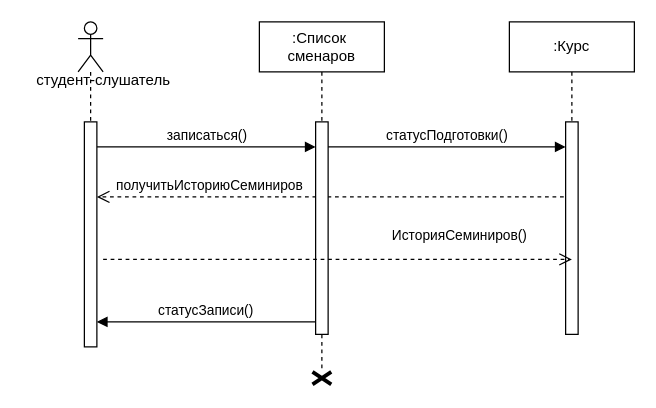
This is page "Page-1" (1 of 2) of Untitled Diagram.drawio from mati-tech/draw.io, a draw.io file, before an edit. Source tidied: cells renumbered, new cells numbered last; positions are measured from the earlier drawing's top-left corner, leaving out a move shared by most shapes. Both pictures are drawn from the tidied source at 125%, with x=0, y=0 at pixel (21, 21).
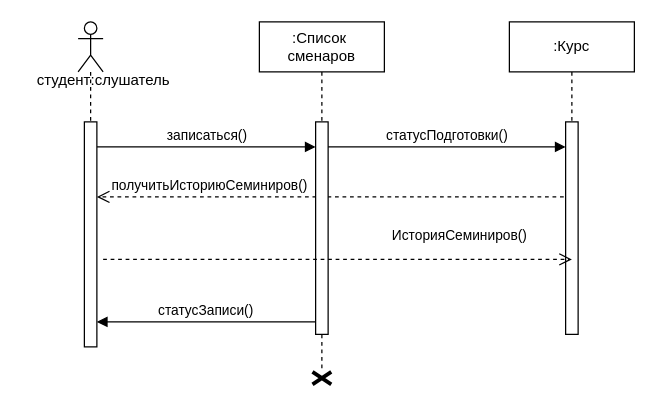
The same diagram, later.

The change refers to these unchanged cells:
```xml
<mxCell id="6" style="html=1;points=[[0,0,0,0,5],[0,1,0,0,-5],[1,0,0,0,5],[1,1,0,0,-5]];perimeter=orthogonalPerimeter;outlineConnect=0;targetShapes=umlLifeline;portConstraint=eastwest;newEdgeStyle={&quot;curved&quot;:0,&quot;rounded&quot;:0};" parent="1" vertex="1">
  <mxGeometry x="50" y="80" width="10" height="180" as="geometry" />
</mxCell>
<mxCell id="9" value=":Курс" style="shape=umlLifeline;perimeter=lifelinePerimeter;whiteSpace=wrap;html=1;outlineConnect=0;portConstraint=eastwest;newEdgeStyle={&quot;curved&quot;:0,&quot;rounded&quot;:0};size=40;" parent="1" vertex="1">
  <mxGeometry x="390" width="100" height="250" as="geometry" />
</mxCell>
```

The edit, as a diff of the source:
```diff
@@
-    <mxCell id="3" value="получитьИсториюСеминиров" style="html=1;verticalAlign=bottom;endArrow=open;dashed=1;endSize=8;edgeStyle=elbowEdgeStyle;elbow=vertical;curved=0;rounded=0;" parent="1" edge="1" source="9" target="6">
+    <mxCell id="3" value="получитьИсториюСеминиров()" style="html=1;verticalAlign=bottom;endArrow=open;dashed=1;endSize=8;edgeStyle=elbowEdgeStyle;elbow=vertical;curved=0;rounded=0;" parent="1" edge="1" source="9" target="6">
       <mxGeometry x="0.53" relative="1" as="geometry">
         <Array as="points">
           <mxPoint x="80" y="140" />
         </Array>
       </mxGeometry>
     </mxCell>
@@
-    <mxCell id="14" value="&lt;span style=&quot;font-size: 12px;&quot;&gt;студент-слушатель&lt;/span&gt;" style="text;html=1;align=center;verticalAlign=middle;strokeColor=none;fillColor=none;fontSize=16;" parent="1" vertex="1">
+    <mxCell id="14" value="&lt;span style=&quot;font-size: 12px;&quot;&gt;студент:&lt;/span&gt;&lt;span style=&quot;font-size: 12px;&quot;&gt;слушатель&lt;/span&gt;" style="text;html=1;align=center;verticalAlign=middle;strokeColor=none;fillColor=none;fontSize=16;" parent="1" vertex="1">
       <mxGeometry y="30" width="130" height="30" as="geometry" />
     </mxCell>
```
